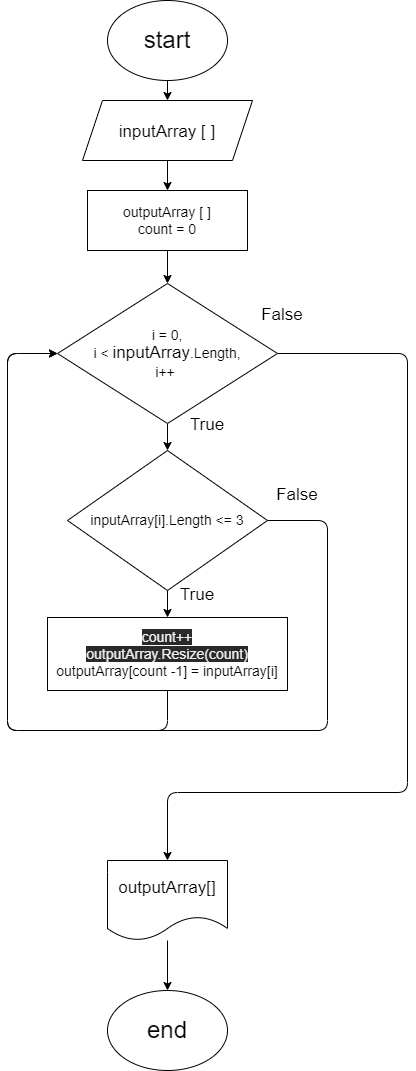
The draw.io diagram flowchart.drawio.png in sergey21432/StringArray, before a commit. Source tidied: cells renumbered, new cells last; positions are measured from the earlier drawing's top-left corner, leaving out a move shared by most shapes.
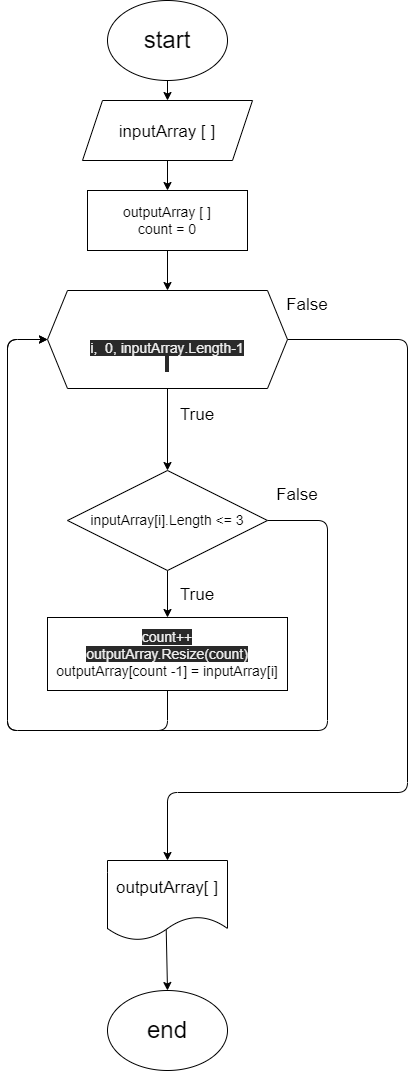
After the change.

Commit message:
Fixed cicle in flowchart

Diff of the diagram source:
```diff
@@ -17,50 +17,47 @@
     <mxCell id="6" value="&lt;font style=&quot;font-size: 17px&quot;&gt;inputArray [ ]&lt;/font&gt;" style="shape=parallelogram;perimeter=parallelogramPerimeter;whiteSpace=wrap;html=1;fixedSize=1;fontSize=20;" parent="1" vertex="1">
       <mxGeometry x="75" y="100" width="170" height="60" as="geometry" />
     </mxCell>
-    <mxCell id="7" style="edgeStyle=none;html=1;fontFamily=Helvetica;fontSize=14;" parent="1" edge="1" source="8" target="11">
+    <mxCell id="7" style="edgeStyle=none;html=1;fontFamily=Helvetica;fontSize=14;entryX=0.5;entryY=0;entryDx=0;entryDy=0;" parent="1" edge="1" source="8" target="23">
       <mxGeometry relative="1" as="geometry" />
     </mxCell>
     <mxCell id="8" value="outputArray [ ]&lt;br&gt;count = 0" style="whiteSpace=wrap;html=1;fontSize=14;" parent="1" vertex="1">
       <mxGeometry x="80" y="190" width="160" height="60" as="geometry" />
     </mxCell>
-    <mxCell id="9" style="edgeStyle=none;html=1;fontFamily=Helvetica;fontSize=17;" parent="1" edge="1" source="11" target="14">
+    <mxCell id="9" style="edgeStyle=none;html=1;fontFamily=Helvetica;fontSize=17;exitX=0.5;exitY=1;exitDx=0;exitDy=0;" parent="1" edge="1" source="23" target="14">
       <mxGeometry relative="1" as="geometry" />
     </mxCell>
-    <mxCell id="10" style="edgeStyle=none;html=1;fontFamily=Helvetica;fontSize=17;exitX=1;exitY=0.5;exitDx=0;exitDy=0;" parent="1" edge="1" source="11">
+    <mxCell id="10" style="edgeStyle=none;html=1;fontFamily=Helvetica;fontSize=17;exitX=1;exitY=0.5;exitDx=0;exitDy=0;" parent="1" edge="1" source="23">
       <mxGeometry relative="1" as="geometry">
         <mxPoint x="160" y="860" as="targetPoint" />
         <Array as="points">
-          <mxPoint x="400" y="353" />
+          <mxPoint x="400" y="339" />
           <mxPoint x="400" y="792" />
           <mxPoint x="160" y="792" />
         </Array>
       </mxGeometry>
     </mxCell>
-    <mxCell id="11" value="i = 0,&lt;br&gt;i &amp;lt;&amp;nbsp;&lt;span style=&quot;font-size: 17px&quot;&gt;inputArray&lt;/span&gt;.Length,&lt;br&gt;i++&amp;nbsp;" style="rhombus;whiteSpace=wrap;html=1;fontSize=14;" parent="1" vertex="1">
-      <mxGeometry x="50" y="283" width="220" height="140" as="geometry" />
-    </mxCell>
     <mxCell id="12" style="edgeStyle=none;html=1;fontFamily=Helvetica;fontSize=17;" parent="1" edge="1" source="14" target="16">
       <mxGeometry relative="1" as="geometry" />
     </mxCell>
-    <mxCell id="13" style="edgeStyle=none;html=1;fontFamily=Helvetica;fontSize=17;exitX=1;exitY=0.5;exitDx=0;exitDy=0;entryX=0;entryY=0.5;entryDx=0;entryDy=0;" parent="1" edge="1" source="14" target="11">
+    <mxCell id="13" style="edgeStyle=none;html=1;fontFamily=Helvetica;fontSize=17;exitX=1;exitY=0.5;exitDx=0;exitDy=0;entryX=0;entryY=0.5;entryDx=0;entryDy=0;" parent="1" edge="1" source="14" target="23">
       <mxGeometry relative="1" as="geometry">
         <Array as="points">
           <mxPoint x="320" y="520" />
           <mxPoint x="320" y="730" />
           <mxPoint y="730" />
-          <mxPoint y="353" />
+          <mxPoint y="339" />
         </Array>
       </mxGeometry>
     </mxCell>
     <mxCell id="14" value="inputArray[i].Length &amp;lt;= 3" style="rhombus;whiteSpace=wrap;html=1;fontSize=14;" parent="1" vertex="1">
-      <mxGeometry x="60" y="450" width="200" height="140" as="geometry" />
+      <mxGeometry x="60" y="470" width="200" height="100" as="geometry" />
     </mxCell>
-    <mxCell id="15" style="edgeStyle=none;html=1;entryX=0;entryY=0.5;entryDx=0;entryDy=0;fontFamily=Helvetica;fontSize=17;" parent="1" edge="1" source="16" target="11">
+    <mxCell id="15" style="edgeStyle=none;html=1;fontFamily=Helvetica;fontSize=17;entryX=0;entryY=0.5;entryDx=0;entryDy=0;" parent="1" edge="1" source="16" target="23">
       <mxGeometry relative="1" as="geometry">
         <Array as="points">
           <mxPoint x="160" y="730" />
           <mxPoint y="730" />
-          <mxPoint y="353" />
+          <mxPoint y="339" />
         </Array>
       </mxGeometry>
     </mxCell>
@@ -74,16 +71,19 @@
       <mxGeometry x="260" y="480" width="60" height="30" as="geometry" />
     </mxCell>
     <mxCell id="19" value="True" style="text;html=1;strokeColor=none;fillColor=none;align=center;verticalAlign=middle;whiteSpace=wrap;rounded=0;fontFamily=Helvetica;fontSize=17;" parent="1" vertex="1">
-      <mxGeometry x="170" y="410" width="60" height="30" as="geometry" />
+      <mxGeometry x="160" y="400" width="60" height="30" as="geometry" />
     </mxCell>
     <mxCell id="20" value="False" style="text;html=1;strokeColor=none;fillColor=none;align=center;verticalAlign=middle;whiteSpace=wrap;rounded=0;fontFamily=Helvetica;fontSize=17;" parent="1" vertex="1">
-      <mxGeometry x="245" y="300" width="60" height="30" as="geometry" />
+      <mxGeometry x="270" y="290" width="60" height="30" as="geometry" />
     </mxCell>
-    <mxCell id="21" style="edgeStyle=none;html=1;fontFamily=Helvetica;fontSize=17;" parent="1" edge="1" source="22" target="4">
+    <mxCell id="21" style="edgeStyle=none;html=1;fontFamily=Helvetica;fontSize=17;exitX=0.489;exitY=0.84;exitDx=0;exitDy=0;exitPerimeter=0;" parent="1" edge="1" source="22" target="4">
       <mxGeometry relative="1" as="geometry" />
     </mxCell>
-    <mxCell id="22" value="outputArray[]" style="shape=document;whiteSpace=wrap;html=1;boundedLbl=1;fontFamily=Helvetica;fontSize=17;" parent="1" vertex="1">
+    <mxCell id="22" value="outputArray[ ]" style="shape=document;whiteSpace=wrap;html=1;boundedLbl=1;fontFamily=Helvetica;fontSize=17;" parent="1" vertex="1">
       <mxGeometry x="100" y="860" width="120" height="80" as="geometry" />
     </mxCell>
+    <mxCell id="23" value="&lt;font style=&quot;font-size: 14px&quot;&gt;&lt;br&gt;&lt;br&gt;&lt;span style=&quot;color: rgb(240 , 240 , 240) ; font-family: &amp;#34;helvetica&amp;#34; ; font-style: normal ; font-weight: 400 ; letter-spacing: normal ; text-align: center ; text-indent: 0px ; text-transform: none ; word-spacing: 0px ; background-color: rgb(42 , 42 , 42) ; display: inline ; float: none&quot;&gt;i,&amp;nbsp; 0,&amp;nbsp;&lt;span style=&quot;font-family: &amp;#34;helvetica&amp;#34;&quot;&gt;inputArray&lt;/span&gt;&lt;span style=&quot;font-family: &amp;#34;helvetica&amp;#34;&quot;&gt;.Length-1&lt;/span&gt;&lt;br&gt;&amp;nbsp;&lt;/span&gt;&lt;/font&gt;" style="shape=hexagon;perimeter=hexagonPerimeter2;whiteSpace=wrap;html=1;fixedSize=1;" parent="1" vertex="1">
+      <mxGeometry x="40" y="290" width="240" height="98" as="geometry" />
+    </mxCell>
   </root>
 </mxGraphModel>
```
